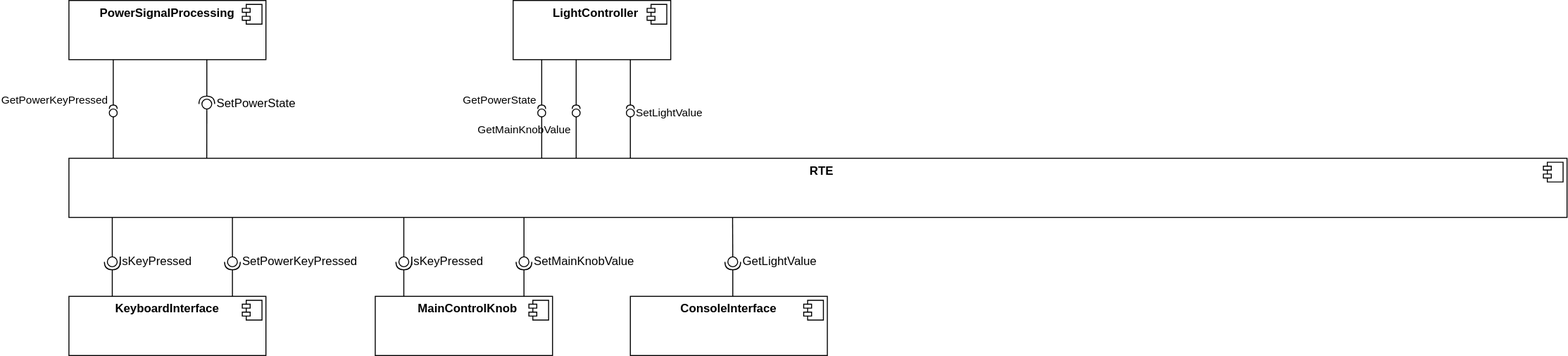
This is doc/common/sw_architecture/_figures/sw_arch_component_diagram.svg from avengineers/SPLed, a draw.io export, as it was before one commit. Source tidied: cells renumbered, new cells last; positions are measured from the earlier drawing's top-left corner, leaving out a move shared by most shapes.
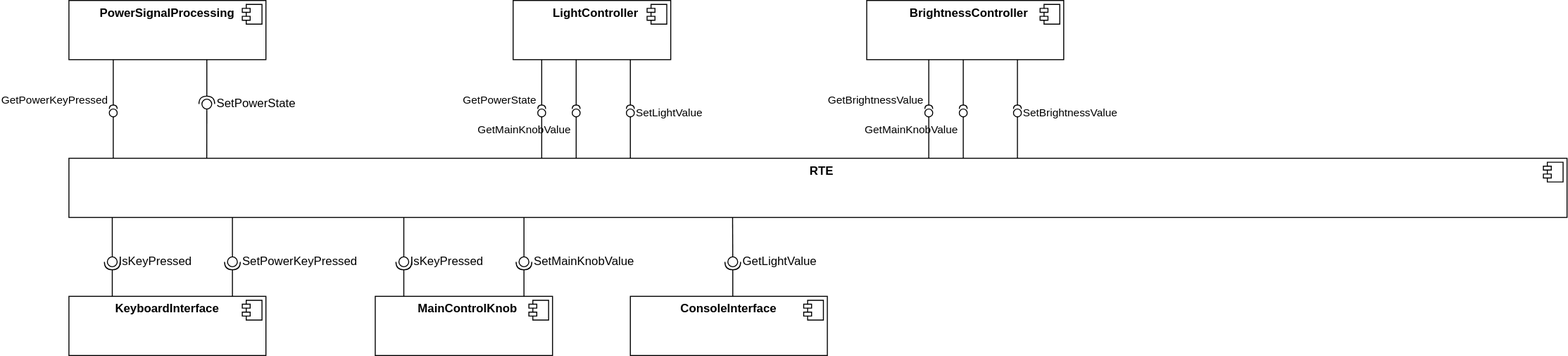
After the change.

Diff of the diagram source:
```diff
@@ -180,5 +180,55 @@
     <mxCell id="43" value="&amp;nbsp;SetMainKnobValue" style="ellipse;whiteSpace=wrap;html=1;align=left;fillColor=none;strokeColor=none;perimeter=centerPerimeter;points=[];outlineConnect=1;labelPosition=right;verticalLabelPosition=middle;verticalAlign=middle;" parent="1" vertex="1">
       <mxGeometry x="457" y="260" width="10" height="10" as="geometry" />
     </mxCell>
+    <mxCell id="44" value="&lt;p style=&quot;margin: 6px 0px 0px;&quot;&gt;&lt;/p&gt;&lt;p style=&quot;margin:0px;margin-left:8px;&quot;&gt;&lt;b&gt;BrightnessController&lt;/b&gt;&lt;/p&gt;" style="align=center;overflow=fill;html=1;whiteSpace=wrap;" parent="1" vertex="1">
+      <mxGeometry x="810" width="200" height="60" as="geometry" />
+    </mxCell>
+    <mxCell id="45" style="shape=component;jettyWidth=8;jettyHeight=4;" parent="44" vertex="1">
+      <mxGeometry x="1" width="20" height="20" relative="1" as="geometry">
+        <mxPoint x="-24" y="4" as="offset" />
+      </mxGeometry>
+    </mxCell>
+    <mxCell id="46" style="endArrow=none;html=1;rounded=0;align=center;verticalAlign=top;endFill=0;labelBackgroundColor=none;endSize=2;exitX=0.13;exitY=-0.002;exitDx=0;exitDy=0;exitPerimeter=0;" parent="1" edge="1" target="47">
+      <mxGeometry relative="1" as="geometry">
+        <mxPoint x="873" y="160" as="sourcePoint" />
+      </mxGeometry>
+    </mxCell>
+    <mxCell id="47" value="GetBrightnessValue" style="ellipse;html=1;fontSize=11;align=right;fillColor=none;points=[];verticalAlign=bottom;labelPosition=left;verticalLabelPosition=top;flipH=1;" parent="1" vertex="1">
+      <mxGeometry x="869" y="110" width="8" height="8" as="geometry" />
+    </mxCell>
+    <mxCell id="48" style="html=1;verticalAlign=bottom;labelBackgroundColor=none;startArrow=halfCircle;startFill=0;startSize=2;endArrow=none;rounded=0;entryX=0.5;entryY=1;entryDx=0;entryDy=0;" parent="1" edge="1">
+      <mxGeometry x="-1" y="3" relative="1" as="geometry">
+        <mxPoint x="873" y="110" as="sourcePoint" />
+        <mxPoint x="873" y="60" as="targetPoint" />
+      </mxGeometry>
+    </mxCell>
+    <mxCell id="49" style="endArrow=none;html=1;rounded=0;align=center;verticalAlign=top;endFill=0;labelBackgroundColor=none;endSize=2;exitX=0.13;exitY=-0.002;exitDx=0;exitDy=0;exitPerimeter=0;" parent="1" edge="1" target="50">
+      <mxGeometry relative="1" as="geometry">
+        <mxPoint x="963" y="160" as="sourcePoint" />
+      </mxGeometry>
+    </mxCell>
+    <mxCell id="50" value="SetBrightnessValue" style="ellipse;html=1;fontSize=11;align=left;fillColor=none;points=[];verticalAlign=middle;labelPosition=right;verticalLabelPosition=middle;flipH=1;" parent="1" vertex="1">
+      <mxGeometry x="959" y="110" width="8" height="8" as="geometry" />
+    </mxCell>
+    <mxCell id="51" style="html=1;verticalAlign=bottom;labelBackgroundColor=none;startArrow=halfCircle;startFill=0;startSize=2;endArrow=none;rounded=0;entryX=0.5;entryY=1;entryDx=0;entryDy=0;" parent="1" edge="1">
+      <mxGeometry x="-1" y="3" relative="1" as="geometry">
+        <mxPoint x="963" y="110" as="sourcePoint" />
+        <mxPoint x="963" y="60" as="targetPoint" />
+      </mxGeometry>
+    </mxCell>
+    <mxCell id="52" style="endArrow=none;html=1;rounded=0;align=center;verticalAlign=top;endFill=0;labelBackgroundColor=none;endSize=2;exitX=0.13;exitY=-0.002;exitDx=0;exitDy=0;exitPerimeter=0;" parent="1" edge="1" target="53">
+      <mxGeometry relative="1" as="geometry">
+        <mxPoint x="908" y="160" as="sourcePoint" />
+      </mxGeometry>
+    </mxCell>
+    <mxCell id="53" value="GetMainKnobValue" style="ellipse;html=1;fontSize=11;align=right;fillColor=none;points=[];verticalAlign=top;labelPosition=left;verticalLabelPosition=bottom;flipH=1;" parent="1" vertex="1">
+      <mxGeometry x="904" y="110" width="8" height="8" as="geometry" />
+    </mxCell>
+    <mxCell id="54" style="html=1;verticalAlign=bottom;labelBackgroundColor=none;startArrow=halfCircle;startFill=0;startSize=2;endArrow=none;rounded=0;entryX=0.5;entryY=1;entryDx=0;entryDy=0;" parent="1" edge="1">
+      <mxGeometry x="-1" y="3" relative="1" as="geometry">
+        <mxPoint x="908" y="110" as="sourcePoint" />
+        <mxPoint x="908" y="60" as="targetPoint" />
+      </mxGeometry>
+    </mxCell>
   </root>
 </mxGraphModel>
```
